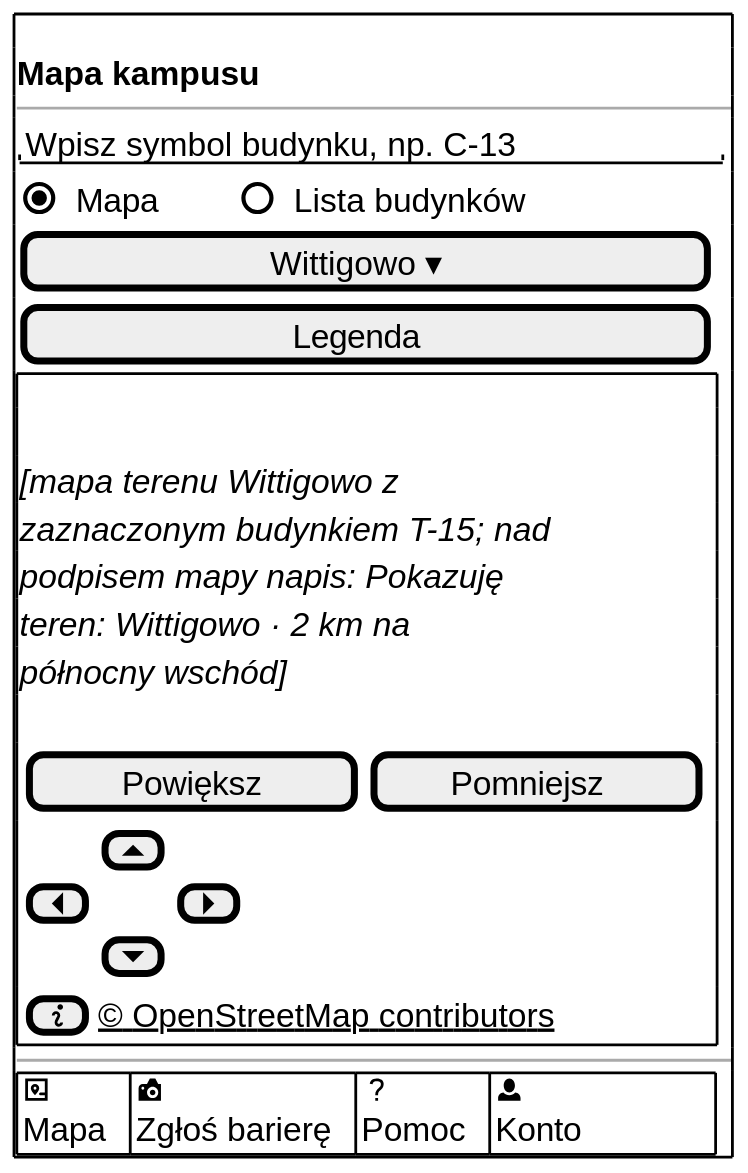
Before: docs/docs/_generated/m-v1-mapa-teren-zmiana.svg, a diagram exported from PlantUML (dostepny-kampus/dostepny-kampus). The source it was exported from:
```plantuml
@startsalt
' V1 Mapa kampusu po zmianie terenu wynikiem z innego terenu (US1.8).
!include _wspolne.iuml
!include _odwiedzajacy.iuml
$ekran_poczatek()
$naglowek_startowy("Mapa kampusu")
$pole_tekstowe("Wpisz symbol budynku, np. C-13")
$przelacznik("Mapa", "Lista budynków", 1)
$przycisk("Wittigowo ▾")
$przycisk("Legenda")
$mapa("mapa terenu Wittigowo z zaznaczonym budynkiem T-15; nad podpisem mapy napis: Pokazuję teren: Wittigowo · 2 km na północny wschód", "", "info")
$pasek_dolny_konto()
$ekran_koniec()
@endsalt
```
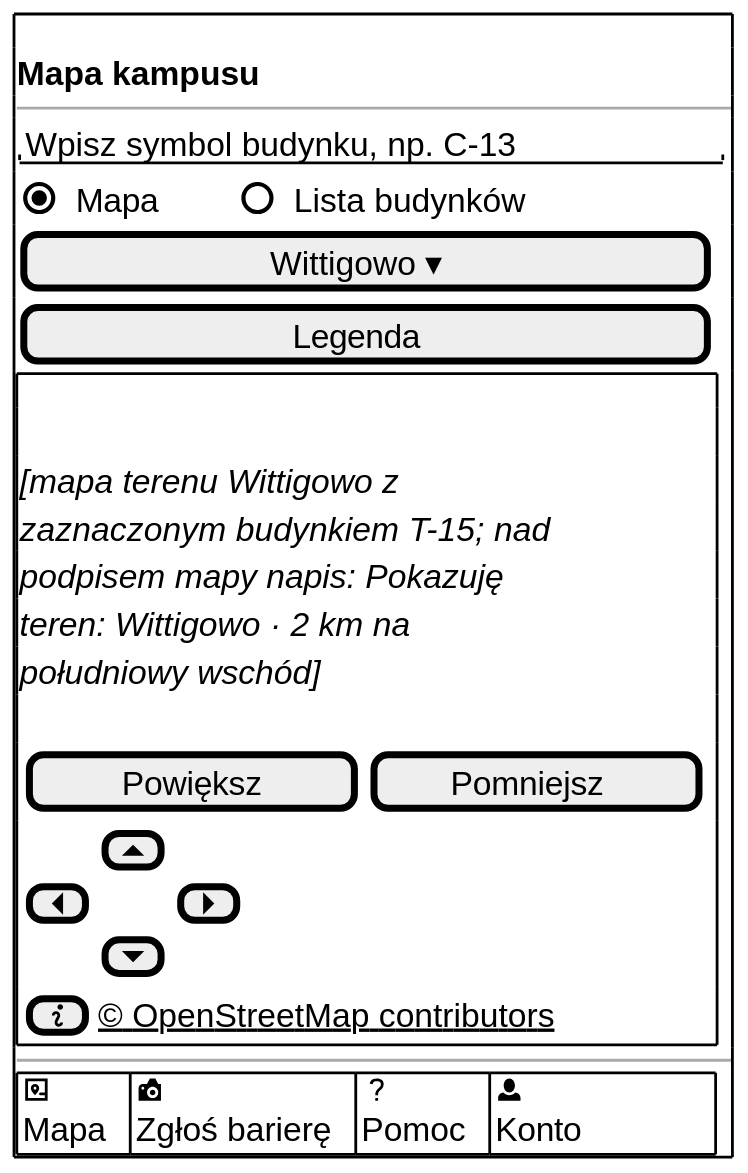
The same diagram one commit later.

Commit message:
docs(ux): napis po zmianie terenu z kierunkiem na południowy wschód (#2444)

Change to the diagram source:
```diff
@@ -8,7 +8,7 @@
 $przelacznik("Mapa", "Lista budynków", 1)
 $przycisk("Wittigowo ▾")
 $przycisk("Legenda")
-$mapa("mapa terenu Wittigowo z zaznaczonym budynkiem T-15; nad podpisem mapy napis: Pokazuję teren: Wittigowo · 2 km na północny wschód", "", "info")
+$mapa("mapa terenu Wittigowo z zaznaczonym budynkiem T-15; nad podpisem mapy napis: Pokazuję teren: Wittigowo · 2 km na południowy wschód", "", "info")
 $pasek_dolny_konto()
 $ekran_koniec()
 @endsalt
```
